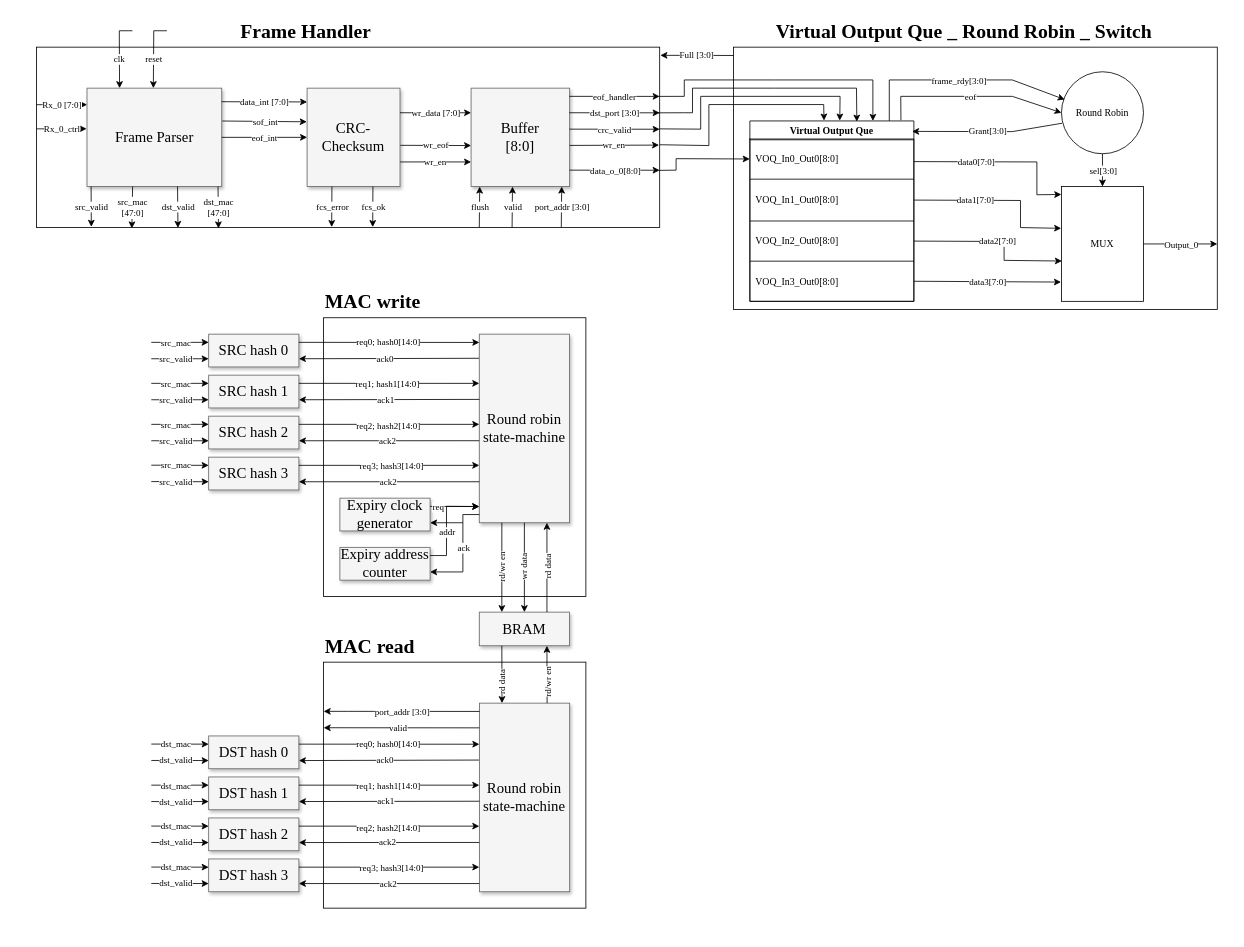
The draw.io diagram FPGA_switch.drawio in Meschr/FPGA_Bitflip, before the edit. Source tidied: cells renumbered, new cells numbered last; positions are measured from the earlier drawing's top-left corner, leaving out a move shared by most shapes. Both pictures are drawn from the tidied source at 82%, with x=0, y=0 at pixel (36, 14).
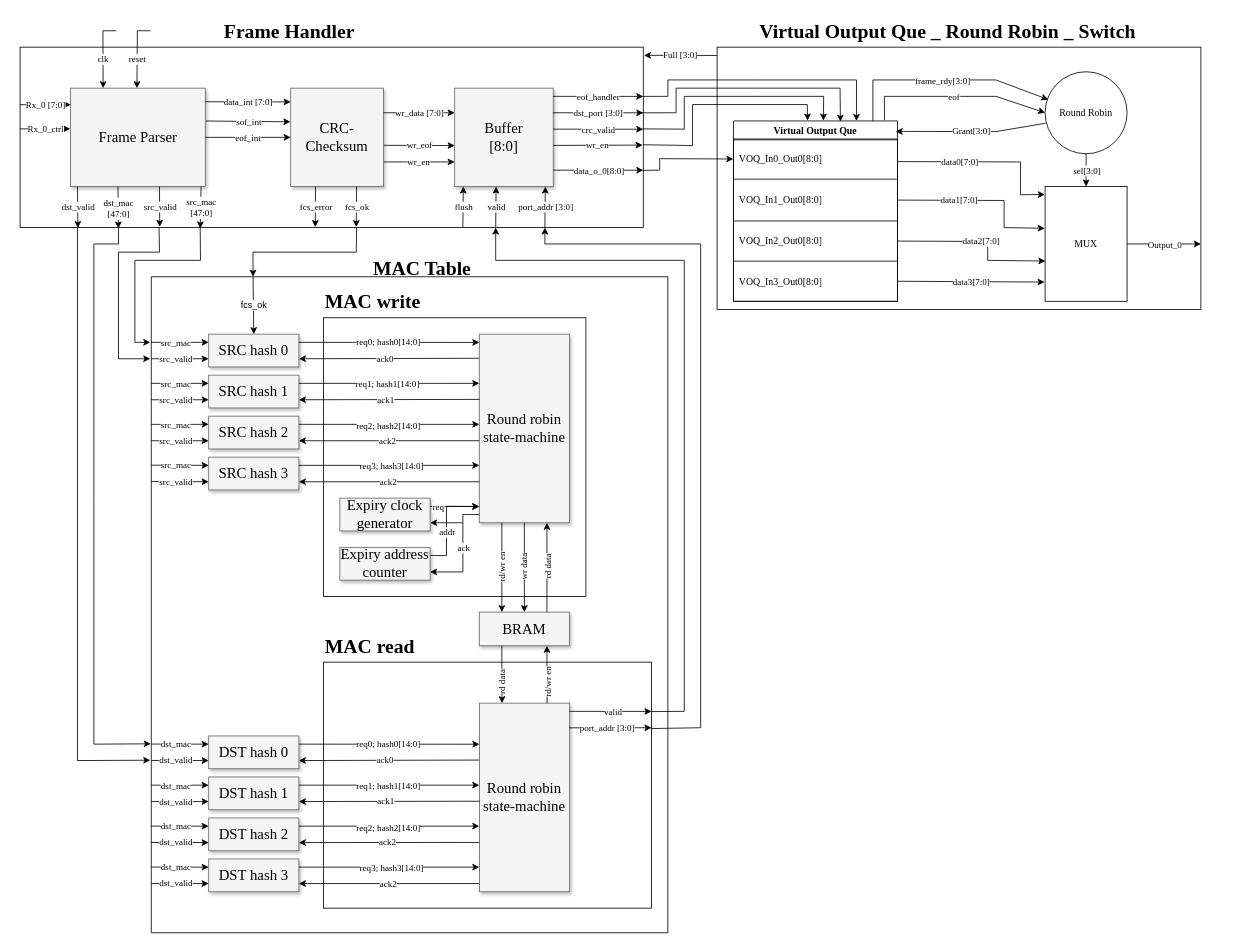
After the change.

Commit message:
connected mac with rest

The change refers to these unchanged cells:
```xml
<mxCell id="4" style="rounded=0;whiteSpace=wrap;html=1;fillColor=none;align=left;fontFamily=Times New Roman;" parent="3" vertex="1">
  <mxGeometry y="30" width="760" height="220" as="geometry" />
</mxCell>
<mxCell id="8" value="&lt;span style=&quot;color: rgb(0, 0, 0);&quot;&gt;Frame Parser&lt;/span&gt;" style="whiteSpace=wrap;html=1;shadow=1;fontSize=18;fillColor=#f5f5f5;strokeColor=#666666;fontFamily=Times New Roman;" parent="3" vertex="1">
  <mxGeometry x="61.6" y="80" width="164.3" height="120" as="geometry" />
</mxCell>
<mxCell id="54" value="Virtual Output Que" style="swimlane;whiteSpace=wrap;html=1;fontFamily=Times New Roman;" parent="53" vertex="1">
  <mxGeometry width="200" height="220" as="geometry" />
</mxCell>
<mxCell id="57" value="VOQ_In0_Out0[8:0]" style="shape=partialRectangle;html=1;whiteSpace=wrap;overflow=hidden;top=0;left=0;bottom=0;right=0;fontSize=12;align=left;spacingLeft=5;strokeWidth=1;perimeterSpacing=5;dashed=1;dashPattern=1 1;fillColor=none;fontFamily=Times New Roman;" parent="56" vertex="1">
  <mxGeometry width="200" height="49" as="geometry" />
</mxCell>
<mxCell id="58" style="shape=tableRow;horizontal=0;startSize=0;swimlaneHead=0;swimlaneBody=0;top=0;left=0;bottom=0;right=0;points=[[0,0.5],[1,0.5]];portConstraint=eastwest;fontSize=16;fillColor=none;fontFamily=Times New Roman;" parent="55" vertex="1">
  <mxGeometry y="49" width="200" height="51" as="geometry" />
</mxCell>
<mxCell id="60" style="shape=tableRow;horizontal=0;startSize=0;swimlaneHead=0;swimlaneBody=0;top=0;left=0;bottom=0;right=0;points=[[0,0.5],[1,0.5]];portConstraint=eastwest;fontSize=16;fillColor=none;fontFamily=Times New Roman;" parent="55" vertex="1">
  <mxGeometry y="100" width="200" height="49" as="geometry" />
</mxCell>
<mxCell id="96" value="SRC hash 0" style="whiteSpace=wrap;html=1;shadow=1;fontSize=18;fillColor=#f5f5f5;strokeColor=#666666;fontFamily=Times New Roman;" parent="93" vertex="1">
  <mxGeometry y="60" width="110" height="40" as="geometry" />
</mxCell>
<mxCell id="141" value="&lt;span style=&quot;color: rgb(0, 0, 0);&quot;&gt;Round robin state-machine&lt;/span&gt;" style="whiteSpace=wrap;html=1;shadow=1;fontSize=18;fillColor=#f5f5f5;strokeColor=#666666;fontFamily=Times New Roman;" parent="1" vertex="1">
  <mxGeometry x="540.2" y="840" width="110" height="230" as="geometry" />
</mxCell>
```

The edit, as a diff of the source:
```diff
@@
     <mxCell id="2" style="rounded=0;whiteSpace=wrap;html=1;fillColor=none;align=left;fontFamily=Times New Roman;" parent="1" vertex="1">
-      <mxGeometry x="850" y="40" width="590" height="320" as="geometry" />
+      <mxGeometry x="830" y="40" width="590" height="320" as="geometry" />
     </mxCell>
     <mxCell id="3" style="group;fontFamily=Times New Roman;" parent="1" vertex="1">
-      <mxGeometry y="10" width="770" height="280" as="geometry" />
+      <mxGeometry x="-20" y="10" width="770" height="280" as="geometry" />
     </mxCell>
@@
-    <mxCell id="20" style="endArrow=classic;html=1;rounded=0;entryX=0.088;entryY=0.996;entryDx=0;entryDy=0;entryPerimeter=0;exitX=0.25;exitY=1;exitDx=0;exitDy=0;fontFamily=Times New Roman;" parent="3" edge="1" target="4">
+    <mxCell id="20" style="endArrow=classic;html=1;rounded=0;entryX=0.088;entryY=0.996;entryDx=0;entryDy=0;entryPerimeter=0;exitX=0.25;exitY=1;exitDx=0;exitDy=0;fontFamily=Times New Roman;" parent="3" edge="1">
       <mxGeometry relative="1" as="geometry">
-        <mxPoint x="66.6" y="200" as="sourcePoint" />
+        <mxPoint x="170" y="200" as="sourcePoint" />
+        <mxPoint x="170.3" y="249.1" as="targetPoint" />
       </mxGeometry>
     </mxCell>
@@
-    <mxCell id="22" style="endArrow=classic;html=1;rounded=0;entryX=0.153;entryY=1.005;entryDx=0;entryDy=0;entryPerimeter=0;exitX=0.25;exitY=1;exitDx=0;exitDy=0;fontFamily=Times New Roman;" parent="3" edge="1" target="4">
+    <mxCell id="22" style="endArrow=classic;html=1;rounded=0;entryX=0.153;entryY=1.005;entryDx=0;entryDy=0;entryPerimeter=0;exitX=0.25;exitY=1;exitDx=0;exitDy=0;fontFamily=Times New Roman;" parent="3" edge="1">
       <mxGeometry relative="1" as="geometry">
-        <mxPoint x="117.2" y="200" as="sourcePoint" />
+        <mxPoint x="220.7" y="200" as="sourcePoint" />
+        <mxPoint x="219.7" y="251.1" as="targetPoint" />
       </mxGeometry>
     </mxCell>
@@
-    <mxCell id="24" style="endArrow=classic;html=1;rounded=0;entryX=0.292;entryY=1.005;entryDx=0;entryDy=0;entryPerimeter=0;exitX=0.25;exitY=1;exitDx=0;exitDy=0;fontFamily=Times New Roman;" parent="3" edge="1" target="4">
-      <mxGeometry relative="1" as="geometry">
-        <mxPoint x="221.4" y="200" as="sourcePoint" />
-      </mxGeometry>
-    </mxCell>
-    <mxCell id="25" value="dst_mac&lt;div&gt;[47:0]&lt;/div&gt;" style="edgeLabel;html=1;align=center;verticalAlign=middle;fontFamily=Times New Roman;" parent="24" vertex="1">
-      <mxGeometry relative="1" as="geometry" />
-    </mxCell>
@@
-    <mxCell id="37" style="endArrow=classic;html=1;rounded=0;entryX=0.227;entryY=1.002;entryDx=0;entryDy=0;entryPerimeter=0;exitX=0.672;exitY=0.999;exitDx=0;exitDy=0;exitPerimeter=0;fontFamily=Times New Roman;" parent="3" edge="1" source="8" target="4">
-      <mxGeometry relative="1" as="geometry" />
-    </mxCell>
-    <mxCell id="38" value="dst_valid" style="edgeLabel;html=1;align=center;verticalAlign=middle;fontFamily=Times New Roman;" parent="37" vertex="1">
-      <mxGeometry relative="1" as="geometry" />
-    </mxCell>
@@
+    <mxCell id="24" style="endArrow=classic;html=1;rounded=0;entryX=0.292;entryY=1.005;entryDx=0;entryDy=0;entryPerimeter=0;exitX=0.25;exitY=1;exitDx=0;exitDy=0;fontFamily=Times New Roman;" parent="3" edge="1">
+      <mxGeometry relative="1" as="geometry">
+        <mxPoint x="119.4" y="200.1" as="sourcePoint" />
+        <mxPoint x="119.9" y="251.2" as="targetPoint" />
+      </mxGeometry>
+    </mxCell>
+    <mxCell id="25" value="dst_mac&lt;div&gt;[47:0]&lt;/div&gt;" style="edgeLabel;html=1;align=center;verticalAlign=middle;fontFamily=Times New Roman;" parent="24" vertex="1">
+      <mxGeometry relative="1" as="geometry" />
+    </mxCell>
+    <mxCell id="37" style="endArrow=classic;html=1;rounded=0;entryX=0.227;entryY=1.002;entryDx=0;entryDy=0;entryPerimeter=0;exitX=0.672;exitY=0.999;exitDx=0;exitDy=0;exitPerimeter=0;fontFamily=Times New Roman;" parent="3" edge="1">
+      <mxGeometry relative="1" as="geometry">
+        <mxPoint x="70" y="200" as="sourcePoint" />
+        <mxPoint x="70.5" y="250.6" as="targetPoint" />
+      </mxGeometry>
+    </mxCell>
+    <mxCell id="38" value="dst_valid" style="edgeLabel;html=1;align=center;verticalAlign=middle;fontFamily=Times New Roman;" parent="37" vertex="1">
+      <mxGeometry relative="1" as="geometry" />
+    </mxCell>
     <mxCell id="53" style="group;fontFamily=Times New Roman;" parent="1" vertex="1">
-      <mxGeometry x="870" y="130" width="200" height="220" as="geometry" />
+      <mxGeometry x="850" y="130" width="200" height="220" as="geometry" />
     </mxCell>
@@
     <mxCell id="64" value="Round Robin" style="ellipse;whiteSpace=wrap;html=1;align=center;newEdgeStyle={&quot;edgeStyle&quot;:&quot;entityRelationEdgeStyle&quot;,&quot;startArrow&quot;:&quot;none&quot;,&quot;endArrow&quot;:&quot;none&quot;,&quot;segment&quot;:10,&quot;curved&quot;:1,&quot;sourcePerimeterSpacing&quot;:0,&quot;targetPerimeterSpacing&quot;:0};fontFamily=Times New Roman;" parent="1" vertex="1">
-      <mxGeometry x="1250" y="70" width="100" height="100" as="geometry" />
+      <mxGeometry x="1230" y="70" width="100" height="100" as="geometry" />
     </mxCell>
     <mxCell id="65" style="endArrow=classic;html=1;rounded=0;entryX=0.039;entryY=0.339;entryDx=0;entryDy=0;entryPerimeter=0;fontFamily=Times New Roman;" parent="1" edge="1" target="64">
       <mxGeometry relative="1" as="geometry">
-        <mxPoint x="1040" y="130" as="sourcePoint" />
+        <mxPoint x="1020" y="130" as="sourcePoint" />
         <Array as="points">
-          <mxPoint x="1040" y="80" />
-          <mxPoint x="1190" y="80" />
+          <mxPoint x="1020" y="80" />
+          <mxPoint x="1170" y="80" />
         </Array>
       </mxGeometry>
     </mxCell>
@@
     <mxCell id="67" style="endArrow=classic;html=1;rounded=0;entryX=0;entryY=0.5;entryDx=0;entryDy=0;exitX=0.921;exitY=-0.004;exitDx=0;exitDy=0;exitPerimeter=0;fontFamily=Times New Roman;" parent="1" edge="1" source="54" target="64">
       <mxGeometry relative="1" as="geometry">
         <Array as="points">
-          <mxPoint x="1054" y="100" />
-          <mxPoint x="1190" y="100" />
+          <mxPoint x="1034" y="100" />
+          <mxPoint x="1170" y="100" />
         </Array>
       </mxGeometry>
     </mxCell>
@@
     <mxCell id="69" style="endArrow=classic;html=1;rounded=0;exitX=0.007;exitY=0.628;exitDx=0;exitDy=0;exitPerimeter=0;entryX=0.989;entryY=0.058;entryDx=0;entryDy=0;entryPerimeter=0;fontFamily=Times New Roman;" parent="1" edge="1" source="64" target="54">
       <mxGeometry relative="1" as="geometry">
         <Array as="points">
-          <mxPoint x="1190" y="143" />
+          <mxPoint x="1170" y="143" />
         </Array>
       </mxGeometry>
     </mxCell>
@@
     <mxCell id="74" style="endArrow=classic;html=1;rounded=0;exitX=0.977;exitY=0.552;exitDx=0;exitDy=0;entryX=-0.002;entryY=0.069;entryDx=0;entryDy=0;entryPerimeter=0;fontFamily=Times New Roman;exitPerimeter=0;" parent="1" edge="1" source="57" target="78">
       <mxGeometry relative="1" as="geometry">
         <Array as="points">
-          <mxPoint x="1220" y="180" />
-          <mxPoint x="1220" y="220" />
+          <mxPoint x="1200" y="180" />
+          <mxPoint x="1200" y="220" />
         </Array>
       </mxGeometry>
     </mxCell>
@@
     <mxCell id="76" style="endArrow=classic;html=1;rounded=0;exitX=1;exitY=0.5;exitDx=0;exitDy=0;entryX=-0.004;entryY=0.364;entryDx=0;entryDy=0;entryPerimeter=0;fontFamily=Times New Roman;" parent="1" edge="1" source="58" target="78">
       <mxGeometry relative="1" as="geometry">
         <Array as="points">
-          <mxPoint x="1200" y="227" />
-          <mxPoint x="1200" y="260" />
+          <mxPoint x="1180" y="227" />
+          <mxPoint x="1180" y="260" />
         </Array>
       </mxGeometry>
     </mxCell>
@@
     <mxCell id="78" value="MUX" style="rounded=0;whiteSpace=wrap;html=1;fontFamily=Times New Roman;" parent="1" vertex="1">
-      <mxGeometry x="1250" y="210" width="100" height="140" as="geometry" />
+      <mxGeometry x="1230" y="210" width="100" height="140" as="geometry" />
     </mxCell>
     <mxCell id="79" style="endArrow=classic;html=1;rounded=0;exitX=1;exitY=0.5;exitDx=0;exitDy=0;entryX=0.005;entryY=0.649;entryDx=0;entryDy=0;entryPerimeter=0;fontFamily=Times New Roman;" parent="1" edge="1" source="60" target="78">
       <mxGeometry relative="1" as="geometry">
         <Array as="points">
-          <mxPoint x="1180" y="277" />
-          <mxPoint x="1180" y="300" />
+          <mxPoint x="1160" y="277" />
+          <mxPoint x="1160" y="300" />
         </Array>
       </mxGeometry>
     </mxCell>
@@
     <mxCell id="85" value="Full [3:0]" style="endArrow=classic;html=1;entryX=1.001;entryY=0.182;entryDx=0;entryDy=0;exitX=0;exitY=0.138;exitDx=0;exitDy=0;exitPerimeter=0;entryPerimeter=0;fontFamily=Times New Roman;" parent="1" edge="1">
       <mxGeometry relative="1" as="geometry">
-        <mxPoint x="850" y="50.2" as="sourcePoint" />
-        <mxPoint x="760.8" y="50" as="targetPoint" />
+        <mxPoint x="830" y="50.2" as="sourcePoint" />
+        <mxPoint x="740.8" y="50" as="targetPoint" />
         <Array as="points">
-          <mxPoint x="800" y="50" />
+          <mxPoint x="780" y="50" />
         </Array>
       </mxGeometry>
     </mxCell>
     <mxCell id="86" value="&lt;font style=&quot;font-size: 24px;&quot;&gt;&lt;b&gt;Virtual Output Que _ Round Robin _ Switch&lt;/b&gt;&lt;/font&gt;" style="text;html=1;whiteSpace=wrap;overflow=hidden;rounded=0;fontFamily=Times New Roman;" parent="1" vertex="1">
-      <mxGeometry x="900" width="555.5" height="40" as="geometry" />
+      <mxGeometry x="880" width="555.5" height="40" as="geometry" />
     </mxCell>
     <mxCell id="87" style="endArrow=none;html=1;rounded=0;fontFamily=Times New Roman;" parent="1" edge="1">
       <mxGeometry relative="1" as="geometry">
-        <mxPoint x="101" y="20" as="sourcePoint" />
-        <mxPoint x="117" y="20" as="targetPoint" />
+        <mxPoint x="81" y="20" as="sourcePoint" />
+        <mxPoint x="97" y="20" as="targetPoint" />
       </mxGeometry>
     </mxCell>
     <mxCell id="88" style="endArrow=classic;html=1;rounded=0;exitX=0.999;exitY=0.273;exitDx=0;exitDy=0;exitPerimeter=0;entryX=0.75;entryY=0;entryDx=0;entryDy=0;fontFamily=Times New Roman;" parent="1" edge="1" source="4" target="54">
       <mxGeometry relative="1" as="geometry">
         <Array as="points">
-          <mxPoint x="790" y="100" />
-          <mxPoint x="790" y="80" />
-          <mxPoint x="900" y="80" />
-          <mxPoint x="1020" y="80" />
+          <mxPoint x="770" y="100" />
+          <mxPoint x="770" y="80" />
+          <mxPoint x="880" y="80" />
+          <mxPoint x="1000" y="80" />
         </Array>
       </mxGeometry>
     </mxCell>
     <mxCell id="89" style="endArrow=classic;html=1;rounded=0;exitX=0.997;exitY=0.364;exitDx=0;exitDy=0;exitPerimeter=0;entryX=0.652;entryY=0.004;entryDx=0;entryDy=0;entryPerimeter=0;fontFamily=Times New Roman;" parent="1" edge="1" source="4" target="54">
       <mxGeometry relative="1" as="geometry">
         <Array as="points">
-          <mxPoint x="790" y="120" />
-          <mxPoint x="800" y="120" />
-          <mxPoint x="800" y="90" />
-          <mxPoint x="900" y="90" />
-          <mxPoint x="1000" y="90" />
+          <mxPoint x="770" y="120" />
+          <mxPoint x="780" y="120" />
+          <mxPoint x="780" y="90" />
+          <mxPoint x="880" y="90" />
+          <mxPoint x="980" y="90" />
         </Array>
       </mxGeometry>
     </mxCell>
     <mxCell id="90" style="endArrow=classic;html=1;rounded=0;exitX=0.999;exitY=0.453;exitDx=0;exitDy=0;exitPerimeter=0;entryX=0.548;entryY=-0.002;entryDx=0;entryDy=0;entryPerimeter=0;fontFamily=Times New Roman;" parent="1" edge="1" source="4" target="54">
       <mxGeometry relative="1" as="geometry">
         <Array as="points">
-          <mxPoint x="810" y="140" />
-          <mxPoint x="810" y="100" />
-          <mxPoint x="980" y="100" />
+          <mxPoint x="790" y="140" />
+          <mxPoint x="790" y="100" />
+          <mxPoint x="960" y="100" />
         </Array>
       </mxGeometry>
     </mxCell>
     <mxCell id="91" style="endArrow=classic;html=1;rounded=0;exitX=1;exitY=0.541;exitDx=0;exitDy=0;exitPerimeter=0;entryX=0.452;entryY=-0.002;entryDx=0;entryDy=0;entryPerimeter=0;fontFamily=Times New Roman;" parent="1" edge="1" source="4" target="54">
       <mxGeometry relative="1" as="geometry">
         <Array as="points">
-          <mxPoint x="820" y="160" />
-          <mxPoint x="820" y="110" />
-          <mxPoint x="960" y="110" />
+          <mxPoint x="800" y="160" />
+          <mxPoint x="800" y="110" />
+          <mxPoint x="940" y="110" />
         </Array>
       </mxGeometry>
     </mxCell>
     <mxCell id="92" style="endArrow=classic;html=1;rounded=0;entryX=0.023;entryY=0.498;entryDx=0;entryDy=0;exitX=0.999;exitY=0.683;exitDx=0;exitDy=0;exitPerimeter=0;entryPerimeter=0;" parent="1" edge="1" source="4" target="57">
       <mxGeometry relative="1" as="geometry">
         <Array as="points">
-          <mxPoint x="780" y="190" />
-          <mxPoint x="780" y="180" />
-          <mxPoint x="780" y="176" />
+          <mxPoint x="760" y="190" />
+          <mxPoint x="760" y="180" />
+          <mxPoint x="760" y="176" />
         </Array>
       </mxGeometry>
     </mxCell>
@@
     <mxCell id="139" style="rounded=0;whiteSpace=wrap;html=1;fillColor=none;align=left;fontFamily=Times New Roman;" parent="1" vertex="1">
-      <mxGeometry x="350" y="790" width="320" height="300" as="geometry" />
+      <mxGeometry x="350" y="790" width="400" height="300" as="geometry" />
     </mxCell>
@@
-    <mxCell id="160" style="endArrow=classic;html=1;rounded=0;exitX=0;exitY=0.044;exitDx=0;exitDy=0;fontFamily=Times New Roman;entryX=0;entryY=0.294;entryDx=0;entryDy=0;entryPerimeter=0;exitPerimeter=0;" parent="1" edge="1" source="141">
-      <mxGeometry relative="1" as="geometry">
-        <mxPoint x="350.2" y="850" as="targetPoint" />
-        <Array as="points">
-          <mxPoint x="380.2" y="850" />
-        </Array>
-      </mxGeometry>
-    </mxCell>
-    <mxCell id="161" value="port_addr [3:0]" style="edgeLabel;html=1;align=center;verticalAlign=middle;fontFamily=Times New Roman;" parent="160" vertex="1">
-      <mxGeometry relative="1" as="geometry" />
-    </mxCell>
-    <mxCell id="162" style="edgeStyle=none;html=1;exitX=-0.001;exitY=0.131;exitDx=0;exitDy=0;entryX=0;entryY=0.353;entryDx=0;entryDy=0;entryPerimeter=0;exitPerimeter=0;" parent="1" edge="1" source="141">
-      <mxGeometry relative="1" as="geometry">
-        <mxPoint x="350.2" y="870" as="targetPoint" />
-      </mxGeometry>
-    </mxCell>
-    <mxCell id="163" value="&lt;font style=&quot;color: rgb(0, 0, 0);&quot; face=&quot;Times New Roman&quot;&gt;valid&lt;/font&gt;" style="edgeLabel;html=1;align=center;verticalAlign=middle;" parent="162" vertex="1">
-      <mxGeometry x="0.05" relative="1" as="geometry" />
-    </mxCell>
@@
+    <mxCell id="196" style="swimlane;startSize=0;" parent="1" vertex="1">
+      <mxGeometry x="140" y="320" width="630" height="800" as="geometry" />
+    </mxCell>
+    <mxCell id="162" style="edgeStyle=none;html=1;exitX=0.998;exitY=0.13;exitDx=0;exitDy=0;exitPerimeter=0;" parent="196" edge="1">
+      <mxGeometry relative="1" as="geometry">
+        <mxPoint x="510" y="530" as="sourcePoint" />
+        <mxPoint x="610" y="530.1" as="targetPoint" />
+      </mxGeometry>
+    </mxCell>
+    <mxCell id="163" value="&lt;font style=&quot;color: rgb(0, 0, 0);&quot; face=&quot;Times New Roman&quot;&gt;valid&lt;/font&gt;" style="edgeLabel;html=1;align=center;verticalAlign=middle;" parent="162" vertex="1">
+      <mxGeometry x="0.05" relative="1" as="geometry" />
+    </mxCell>
+    <mxCell id="160" style="endArrow=classic;html=1;rounded=0;fontFamily=Times New Roman;exitX=0.992;exitY=0.022;exitDx=0;exitDy=0;exitPerimeter=0;" parent="196" edge="1">
+      <mxGeometry relative="1" as="geometry">
+        <mxPoint x="509.3" y="550.1" as="sourcePoint" />
+        <mxPoint x="610" y="550" as="targetPoint" />
+      </mxGeometry>
+    </mxCell>
+    <mxCell id="161" value="port_addr [3:0]" style="edgeLabel;html=1;align=center;verticalAlign=middle;fontFamily=Times New Roman;" parent="160" vertex="1">
+      <mxGeometry relative="1" as="geometry">
+        <mxPoint x="-4" as="offset" />
+      </mxGeometry>
+    </mxCell>
+    <mxCell id="197" value="&lt;font style=&quot;font-size: 24px;&quot; face=&quot;Times New Roman&quot;&gt;&lt;b&gt;MAC Table&lt;/b&gt;&lt;/font&gt;" style="text;html=1;align=center;verticalAlign=middle;strokeColor=none;fillColor=none;" parent="1" vertex="1">
+      <mxGeometry x="400.2" y="290" width="140" height="40" as="geometry" />
+    </mxCell>
+    <mxCell id="198" style="endArrow=classic;html=1;rounded=0;entryX=-0.001;entryY=0.712;entryDx=0;entryDy=0;entryPerimeter=0;exitX=0.158;exitY=1.003;exitDx=0;exitDy=0;exitPerimeter=0;" parent="1" edge="1" source="4" target="196">
+      <mxGeometry relative="1" as="geometry">
+        <Array as="points">
+          <mxPoint x="100" y="280" />
+          <mxPoint x="70" y="280" />
+          <mxPoint x="70" y="590" />
+          <mxPoint x="70" y="890" />
+        </Array>
+      </mxGeometry>
+    </mxCell>
+    <mxCell id="199" style="endArrow=classic;html=1;rounded=0;entryX=-0.002;entryY=0.737;entryDx=0;entryDy=0;entryPerimeter=0;exitX=0.158;exitY=1.003;exitDx=0;exitDy=0;exitPerimeter=0;" parent="1" edge="1" target="196">
+      <mxGeometry relative="1" as="geometry">
+        <mxPoint x="50" y="260" as="sourcePoint" />
+        <Array as="points">
+          <mxPoint x="50" y="910" />
+        </Array>
+      </mxGeometry>
+    </mxCell>
+    <mxCell id="200" style="endArrow=classic;html=1;rounded=0;entryX=-0.002;entryY=0.125;entryDx=0;entryDy=0;entryPerimeter=0;exitX=0.223;exitY=1;exitDx=0;exitDy=0;exitPerimeter=0;" parent="1" edge="1" source="4" target="196">
+      <mxGeometry relative="1" as="geometry">
+        <Array as="points">
+          <mxPoint x="150" y="290" />
+          <mxPoint x="100" y="290" />
+          <mxPoint x="100" y="420" />
+        </Array>
+      </mxGeometry>
+    </mxCell>
+    <mxCell id="201" style="endArrow=classic;html=1;rounded=0;entryX=-0.002;entryY=0.1;entryDx=0;entryDy=0;entryPerimeter=0;exitX=0.289;exitY=0.999;exitDx=0;exitDy=0;exitPerimeter=0;" parent="1" edge="1" source="4" target="196">
+      <mxGeometry relative="1" as="geometry">
+        <Array as="points">
+          <mxPoint x="200" y="300" />
+          <mxPoint x="120" y="300" />
+          <mxPoint x="120" y="400" />
+        </Array>
+      </mxGeometry>
+    </mxCell>
+    <mxCell id="202" style="endArrow=classic;html=1;rounded=0;exitX=0.54;exitY=1;exitDx=0;exitDy=0;exitPerimeter=0;entryX=0.197;entryY=0;entryDx=0;entryDy=0;entryPerimeter=0;" parent="1" edge="1" source="4" target="196">
+      <mxGeometry x="0.07" relative="1" as="geometry">
+        <Array as="points">
+          <mxPoint x="390" y="290" />
+          <mxPoint x="264" y="290" />
+        </Array>
+      </mxGeometry>
+    </mxCell>
+    <mxCell id="203" value="fcs_ok" style="endArrow=classic;html=1;exitX=0.197;exitY=0;exitDx=0;exitDy=0;exitPerimeter=0;entryX=0.5;entryY=0;entryDx=0;entryDy=0;" parent="1" edge="1" source="196" target="96">
+      <mxGeometry relative="1" as="geometry" />
+    </mxCell>
+    <mxCell id="204" style="endArrow=classic;html=1;rounded=0;exitX=0.999;exitY=0.201;exitDx=0;exitDy=0;exitPerimeter=0;" parent="1" edge="1" source="139">
+      <mxGeometry relative="1" as="geometry">
+        <mxPoint x="560" y="260" as="targetPoint" />
+        <Array as="points">
+          <mxPoint x="790" y="850" />
+          <mxPoint x="790" y="300" />
+          <mxPoint x="560" y="300" />
+        </Array>
+      </mxGeometry>
+    </mxCell>
+    <mxCell id="205" style="endArrow=classic;html=1;rounded=0;exitX=0.998;exitY=0.27;exitDx=0;exitDy=0;exitPerimeter=0;" parent="1" edge="1" source="139">
+      <mxGeometry relative="1" as="geometry">
+        <mxPoint x="620" y="260" as="targetPoint" />
+        <Array as="points">
+          <mxPoint x="810" y="870" />
+          <mxPoint x="810" y="280" />
+          <mxPoint x="620" y="280" />
+        </Array>
+      </mxGeometry>
+    </mxCell>
```
